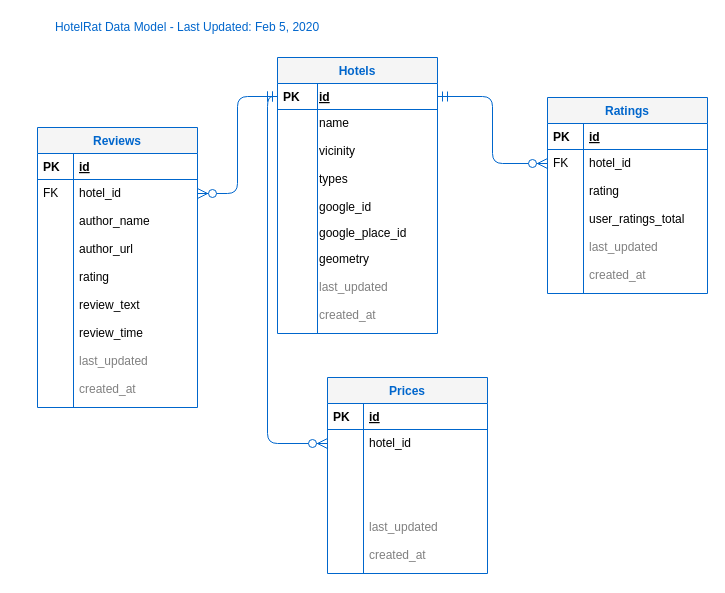
Above: DataModel.drawio in stevenhelms/ee3503-project (draw.io), before the change. Source tidied: cells renumbered, new cells numbered last; positions are measured from the earlier drawing's top-left corner, leaving out a move shared by most shapes. Both pictures are drawn from the tidied source at 100%, with x=0, y=0 at pixel (17, 17).
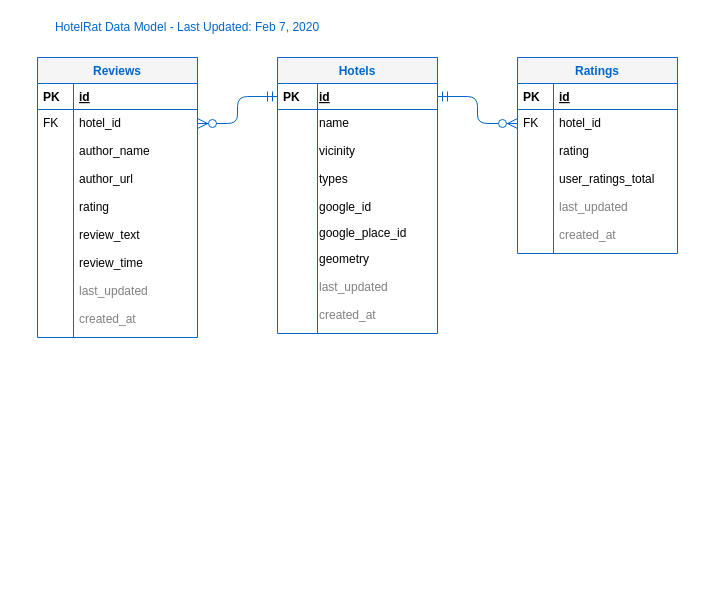
After the change.

Commit message (it also covers changes not shown here):
Updated the Data Model

The change refers to these unchanged cells:
```xml
<mxCell id="3" value="id" style="shape=partialRectangle;top=0;left=0;right=0;bottom=1;align=left;verticalAlign=top;fillColor=none;spacingLeft=40;spacingRight=4;overflow=hidden;points=[[0,0.5],[1,0.5]];portConstraint=eastwest;rounded=0;shadow=0;strokeWidth=1;fontStyle=5;strokeColor=#0066CC;" parent="2" vertex="1">
  <mxGeometry y="26" width="160" height="26" as="geometry" />
</mxCell>
```

What changed in the source:
```diff
@@
     <mxCell id="23" value="Ratings" style="swimlane;fontStyle=1;horizontal=1;startSize=26;rounded=0;shadow=0;strokeWidth=1;fillColor=#f5f5f5;strokeColor=#0066CC;fontColor=#0066CC;" parent="1" vertex="1">
-      <mxGeometry x="530" y="80" width="160" height="196" as="geometry" />
+      <mxGeometry x="500" y="40" width="160" height="196" as="geometry" />
     </mxCell>
@@
-    <mxCell id="36" value="HotelRat Data Model - Last Updated: Feb 5, 2020" style="text;html=1;strokeColor=none;fillColor=none;align=center;verticalAlign=middle;whiteSpace=wrap;rounded=0;fontColor=#0066CC;" parent="1" vertex="1">
+    <mxCell id="36" value="HotelRat Data Model - Last Updated: Feb 7, 2020" style="text;html=1;strokeColor=none;fillColor=none;align=center;verticalAlign=middle;whiteSpace=wrap;rounded=0;fontColor=#0066CC;" parent="1" vertex="1">
       <mxGeometry width="340" height="20" as="geometry" />
     </mxCell>
     <mxCell id="37" value="Reviews" style="swimlane;fontStyle=1;horizontal=1;startSize=26;rounded=0;shadow=0;strokeWidth=1;fillColor=#f5f5f5;strokeColor=#0066CC;fontColor=#0066CC;" parent="1" vertex="1">
-      <mxGeometry x="20" y="110" width="160" height="280" as="geometry" />
+      <mxGeometry x="20" y="40" width="160" height="280" as="geometry" />
     </mxCell>
@@
-    <mxCell id="56" value="Prices" style="swimlane;fontStyle=1;horizontal=1;startSize=26;rounded=0;shadow=0;strokeWidth=1;fillColor=#f5f5f5;strokeColor=#0066CC;fontColor=#0066CC;" parent="1" vertex="1">
-      <mxGeometry x="310" y="360" width="160" height="196" as="geometry" />
-    </mxCell>
-    <mxCell id="57" value="id" style="shape=partialRectangle;top=0;left=0;right=0;bottom=1;align=left;verticalAlign=top;fillColor=none;spacingLeft=40;spacingRight=4;overflow=hidden;rounded=0;shadow=0;strokeWidth=1;fontStyle=5;strokeColor=#0066CC;" parent="56" vertex="1">
-      <mxGeometry y="26" width="160" height="26" as="geometry" />
-    </mxCell>
-    <mxCell id="58" value="PK" style="shape=partialRectangle;top=0;left=0;bottom=0;fillColor=none;align=left;verticalAlign=top;spacingLeft=4;spacingRight=4;overflow=hidden;strokeColor=#0066CC;fontStyle=1;" parent="57" vertex="1">
-      <mxGeometry width="36" height="26" as="geometry" />
-    </mxCell>
-    <mxCell id="59" value="hotel_id" style="shape=partialRectangle;top=0;left=0;right=0;bottom=0;align=left;verticalAlign=top;fillColor=none;spacingLeft=40;spacingRight=4;overflow=hidden;points=[[0,0.5],[1,0.5]];portConstraint=eastwest;rounded=0;shadow=0;strokeWidth=1;strokeColor=#0066CC;spacing=2;spacingTop=0;spacingBottom=0;" parent="56" vertex="1">
-      <mxGeometry y="52" width="160" height="28" as="geometry" />
-    </mxCell>
-    <mxCell id="60" style="shape=partialRectangle;top=0;left=0;bottom=0;fillColor=none;align=left;verticalAlign=top;spacingLeft=4;spacingRight=4;overflow=hidden;strokeColor=#0066CC;" parent="59" vertex="1">
-      <mxGeometry width="36" height="28" as="geometry" />
-    </mxCell>
-    <mxCell id="61" style="shape=partialRectangle;top=0;left=0;right=0;bottom=0;align=left;verticalAlign=top;fillColor=none;spacingLeft=40;spacingRight=4;overflow=hidden;rounded=0;shadow=0;strokeWidth=1;strokeColor=#0066CC;spacing=2;spacingTop=0;spacingBottom=0;" parent="56" vertex="1">
-      <mxGeometry y="80" width="160" height="28" as="geometry" />
-    </mxCell>
-    <mxCell id="62" style="shape=partialRectangle;top=0;left=0;bottom=0;fillColor=none;align=left;verticalAlign=top;spacingLeft=4;spacingRight=4;overflow=hidden;strokeColor=#0066CC;" parent="61" vertex="1">
-      <mxGeometry width="36" height="28" as="geometry" />
-    </mxCell>
-    <mxCell id="63" style="shape=partialRectangle;top=0;left=0;right=0;bottom=0;align=left;verticalAlign=top;fillColor=none;spacingLeft=40;spacingRight=4;overflow=hidden;rounded=0;shadow=0;strokeWidth=1;strokeColor=#0066CC;spacing=2;spacingTop=0;spacingBottom=0;" parent="56" vertex="1">
-      <mxGeometry y="108" width="160" height="28" as="geometry" />
-    </mxCell>
-    <mxCell id="64" style="shape=partialRectangle;top=0;left=0;bottom=0;fillColor=none;align=left;verticalAlign=top;spacingLeft=4;spacingRight=4;overflow=hidden;strokeColor=#0066CC;" parent="63" vertex="1">
-      <mxGeometry width="36" height="28" as="geometry" />
-    </mxCell>
-    <mxCell id="65" value="last_updated" style="shape=partialRectangle;top=0;left=0;right=0;bottom=0;align=left;verticalAlign=top;fillColor=none;spacingLeft=40;spacingRight=4;overflow=hidden;rounded=0;shadow=0;strokeWidth=1;strokeColor=#0066CC;spacing=2;spacingTop=0;spacingBottom=0;fontColor=#808080;" parent="56" vertex="1">
-      <mxGeometry y="136" width="160" height="28" as="geometry" />
-    </mxCell>
-    <mxCell id="66" style="shape=partialRectangle;top=0;left=0;bottom=0;fillColor=none;align=left;verticalAlign=top;spacingLeft=4;spacingRight=4;overflow=hidden;strokeColor=#0066CC;" parent="65" vertex="1">
-      <mxGeometry width="36" height="28" as="geometry" />
-    </mxCell>
-    <mxCell id="67" value="created_at" style="shape=partialRectangle;top=0;left=0;right=0;bottom=0;align=left;verticalAlign=top;fillColor=none;spacingLeft=40;spacingRight=4;overflow=hidden;rounded=0;shadow=0;strokeWidth=1;strokeColor=#0066CC;spacing=2;spacingTop=0;spacingBottom=0;fontColor=#808080;" parent="56" vertex="1">
-      <mxGeometry y="164" width="160" height="32" as="geometry" />
-    </mxCell>
-    <mxCell id="68" style="shape=partialRectangle;top=0;left=0;bottom=0;fillColor=none;align=left;verticalAlign=top;spacingLeft=4;spacingRight=4;overflow=hidden;strokeColor=#0066CC;" parent="67" vertex="1">
-      <mxGeometry width="36" height="32" as="geometry" />
-    </mxCell>
-    <mxCell id="69" style="edgeStyle=orthogonalEdgeStyle;endArrow=ERzeroToMany;startArrow=ERmandOne;shadow=0;strokeWidth=1;endSize=8;startSize=8;exitX=0;exitY=0.5;exitDx=0;exitDy=0;entryX=0;entryY=0.5;entryDx=0;entryDy=0;strokeColor=#0066CC;" parent="1" edge="1" source="3" target="59">
-      <mxGeometry relative="1" as="geometry" />
-    </mxCell>
```
